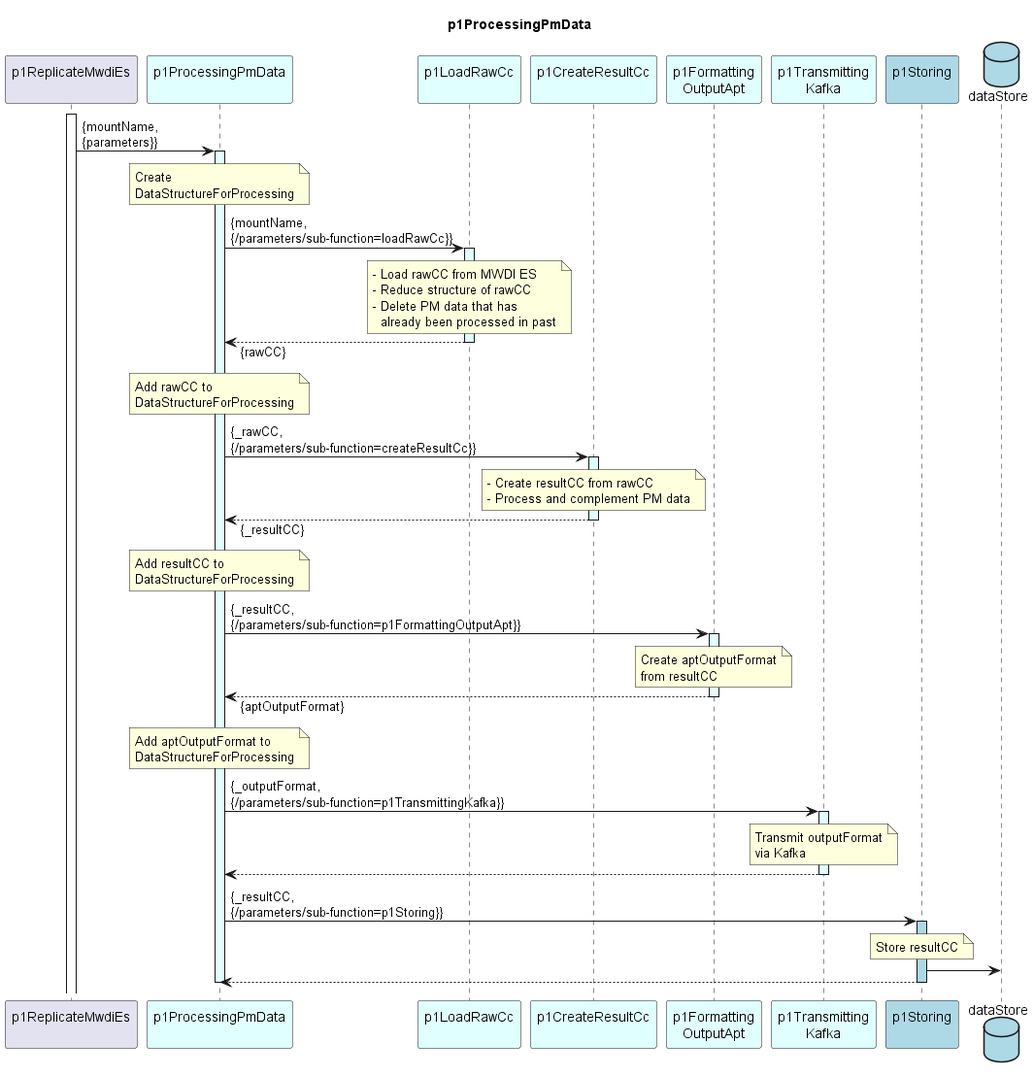
Above: spec/Functions/specificFunctions/p1ProcessingPmData/1.0.0/p1ProcessingPmData.png in openBackhaul/DevicePerformanceManagementDataProcessor (PlantUML), before the change.
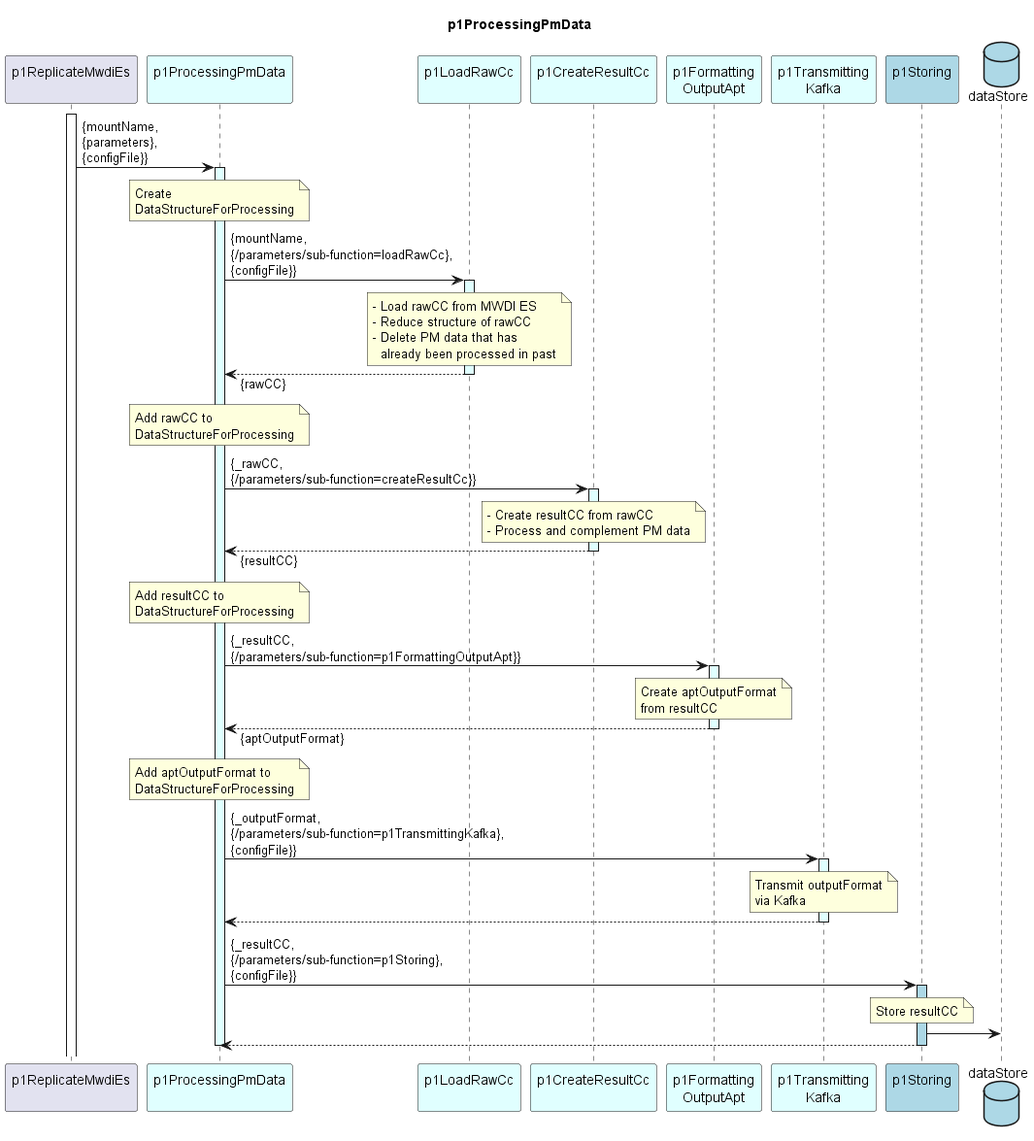
After the change.

Diff of the diagram source:
```diff
@@ -17,7 +17,7 @@
 
 activate requestor
 
-requestor -> p1ProOrch : {mountName,\n{parameters}}
+requestor -> p1ProOrch : {mountName,\n{parameters},\n{configFile}}
 activate p1ProOrch #LightCyan
 
   note over p1ProOrch
@@ -25,7 +25,7 @@
     DataStructureForProcessing
   end note
 
-  p1ProOrch -> p1AddRaw : {mountName,\n{/parameters/sub-function=loadRawCc}}
+  p1ProOrch -> p1AddRaw : {mountName,\n{/parameters/sub-function=loadRawCc},\n{configFile}}
   activate p1AddRaw #LightCyan
 
     note over p1AddRaw
@@ -51,7 +51,7 @@
       - Process and complement PM data
     end note
 
-  p1ProOrch <-- p1CRC : {_resultCC}
+  p1ProOrch <-- p1CRC : {resultCC}
   deactivate p1CRC
 
   note over p1ProOrch
@@ -75,7 +75,7 @@
     DataStructureForProcessing
   end note
 
-  p1ProOrch -> p1Trans : {_outputFormat,\n{/parameters/sub-function=p1TransmittingKafka}}
+  p1ProOrch -> p1Trans : {_outputFormat,\n{/parameters/sub-function=p1TransmittingKafka},\n{configFile}}
   activate p1Trans #LightCyan
 
     note over p1Trans
@@ -86,7 +86,7 @@
   p1ProOrch <-- p1Trans
   deactivate p1Trans
 
-  p1ProOrch -> p1Store : {_resultCC,\n{/parameters/sub-function=p1Storing}}
+  p1ProOrch -> p1Store : {_resultCC,\n{/parameters/sub-function=p1Storing},\n{configFile}}
   activate p1Store #LightBlue
 
     note over p1Store
```
